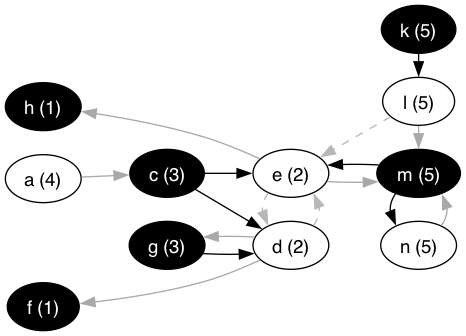
Before: lib/graphs/kernel_pw1_graph_colored.png, a diagram exported from Graphviz (idaks/Games-and-Argumentation). Its source is kept beside it as lib/graphs/kernel_pw1_graph_colored.dot. Its diagram source:
```dot
digraph G {
  rankdir="LR"
  node [shape=oval style=filled fontname=Helvetica fontsize=14]
  node [fillcolor="#ffffff" fontcolor="#000000"]
       a[label="a (4)"]
       l[label="l (5)"]
       d[label="d (2)"]
       e[label="e (2)"]
       n[label="n (5)"];
  node [fillcolor="#000000" fontcolor="#ffffff"]
       c[label="c (3)"]
       k[label="k (5)"]
       m[label="m (5)"]
       f[label="f (1)"]
       g[label="g (3)"]
       h[label="h (1)"];
  edge [dir=forward, color="#A9A9A9", style="solid"]
        "a" -> "c";
        "l" -> "m";
        "e" -> "m";
        "d" -> "f";
        "d" -> "g";
        "e" -> "h";
        "n" -> "m";
  edge [dir=forward, color="#000000", style="solid"]
        "k" -> "l";
        "c" -> "d";
        "c" -> "e";
        "m" -> "e";
        "g" -> "d";
        "m" -> "n";
  edge [dir=forward, color="#b7b7b7", style="dashed"]
        "l" -> "e";
        "d" -> "e";
        "e" -> "d";

  {rank = min; f; h}
  {rank = same; d; e}
  {rank = same; c; g}
  {rank = max; k; l; m; n}
}
```
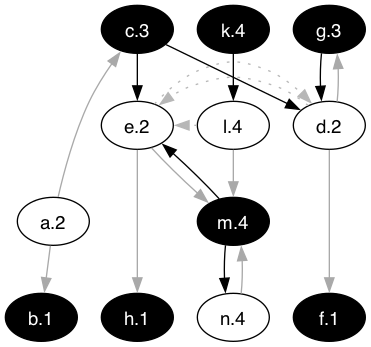
After the change.

The edit, as a diff of the source:
```diff
@@ -1,41 +1,41 @@
 digraph G {
-  rankdir="LR"
+  rankdir="TB"
   node [shape=oval style=filled fontname=Helvetica fontsize=14]
   node [fillcolor="#ffffff" fontcolor="#000000"]
-       a[label="a (4)"]
-       l[label="l (5)"]
-       d[label="d (2)"]
-       e[label="e (2)"]
-       n[label="n (5)"];
+       a[label="a.2"]
+       l[label="l.4"]
+       d[label="d.2"]
+       e[label="e.2"]
+       n[label="n.4"]
   node [fillcolor="#000000" fontcolor="#ffffff"]
-       c[label="c (3)"]
-       k[label="k (5)"]
-       m[label="m (5)"]
-       f[label="f (1)"]
-       g[label="g (3)"]
-       h[label="h (1)"];
-  edge [dir=forward, color="#A9A9A9", style="solid"]
-        "a" -> "c";
-        "l" -> "m";
-        "e" -> "m";
-        "d" -> "f";
-        "d" -> "g";
-        "e" -> "h";
-        "n" -> "m";
-  edge [dir=forward, color="#000000", style="solid"]
-        "k" -> "l";
-        "c" -> "d";
-        "c" -> "e";
-        "m" -> "e";
-        "g" -> "d";
-        "m" -> "n";
-  edge [dir=forward, color="#b7b7b7", style="dashed"]
-        "l" -> "e";
-        "d" -> "e";
-        "e" -> "d";
+       c[label="c.3"]
+       b[label="b.1"]
+       k[label="k.4"]
+       m[label="m.4"]
+       f[label="f.1"]
+       g[label="g.3"]
+       h[label="h.1"]
+  edge [dir=forward color="#A9A9A9" style="solid"]
+        "a" -> "c"
+        "a" -> "b"
+        "l" -> "m"
+        "e" -> "m"
+        "d" -> "f"
+        "d" -> "g"
+        "e" -> "h"
+        "n" -> "m"
+  edge [dir=forward color="#000000" style="solid"]
+        "k" -> "l"
+        "c" -> "d"
+        "c" -> "e"
+        "m" -> "e"
+        "g" -> "d"
+        "m" -> "n"
+  edge [dir=forward color="#b7b7b7" style="dotted" constraint=false]
+        "l" -> "e"
+        "d" -> "e"
+        "e" -> "d"
 
-  {rank = min; f; h}
-  {rank = same; d; e}
-  {rank = same; c; g}
-  {rank = max; k; l; m; n}
+  {rank = max; b; f; h}
+  {rank = min; c; g}
 }
```
